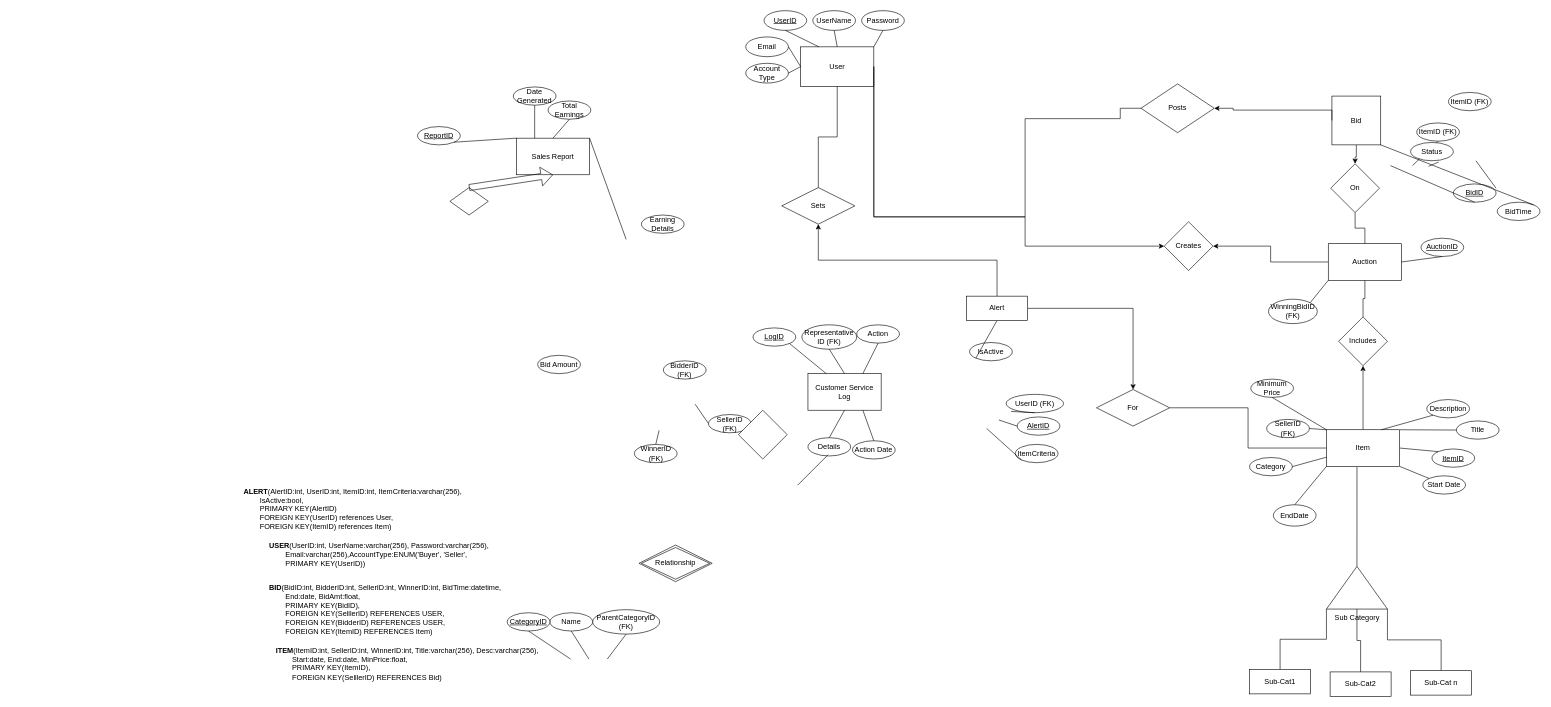
The draw.io diagram Project1ER.drawio in Swoopi/PrinInfo, before the edit. Source tidied: cells renumbered, new cells numbered last; positions are measured from the earlier drawing's top-left corner, leaving out a move shared by most shapes. Both pictures are drawn from the tidied source at 61%, with x=0, y=0 at pixel (242, 10).
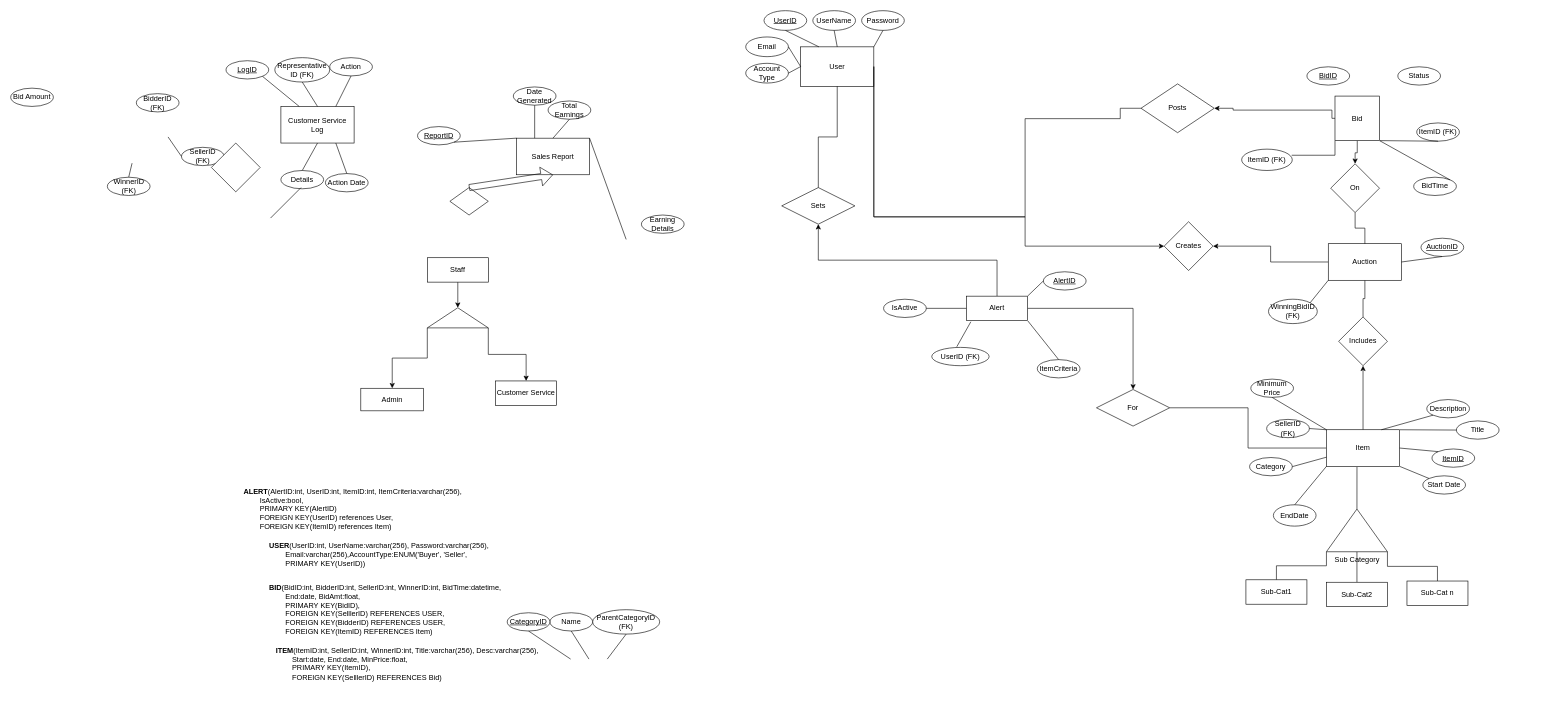
Above is the later version.

Commit message:
Update Entity Staff - ISA including Admin and Cus Service

Unchanged cells that the change refers to:
```xml
<mxCell id="14" value="ItemID (FK)" style="ellipse;whiteSpace=wrap;html=1;" parent="1" vertex="1">
  <mxGeometry x="1925" y="184" width="70" height="30" as="geometry" />
</mxCell>
<mxCell id="119" value="Alert" style="whiteSpace=wrap;html=1;align=center;" parent="1" vertex="1">
  <mxGeometry x="1187" y="468" width="100" height="40" as="geometry" />
</mxCell>
```

The edit, as a diff of the source:
```diff
@@
     <mxCell id="9" value="Customer Service Log" style="rounded=0;whiteSpace=wrap;html=1;" parent="1" vertex="1">
-      <mxGeometry x="927" y="595" width="120" height="60" as="geometry" />
+      <mxGeometry x="63" y="157" width="120" height="60" as="geometry" />
     </mxCell>
@@
     <mxCell id="12" value="&lt;u&gt;BidID&lt;/u&gt;" style="ellipse;whiteSpace=wrap;html=1;" parent="1" vertex="1">
-      <mxGeometry x="1985" y="284" width="70" height="30" as="geometry" />
+      <mxGeometry x="1745" y="92" width="70" height="30" as="geometry" />
     </mxCell>
@@
     <mxCell id="15" value="Bid Amount" style="ellipse;whiteSpace=wrap;html=1;" parent="1" vertex="1">
-      <mxGeometry x="484" y="565" width="70" height="30" as="geometry" />
+      <mxGeometry x="-380" y="127" width="70" height="30" as="geometry" />
     </mxCell>
     <mxCell id="16" value="BidderID (FK)" style="ellipse;whiteSpace=wrap;html=1;" parent="1" vertex="1">
-      <mxGeometry x="690" y="574" width="70" height="30" as="geometry" />
+      <mxGeometry x="-174" y="136" width="70" height="30" as="geometry" />
     </mxCell>
     <mxCell id="17" value="BidTime" style="ellipse;whiteSpace=wrap;html=1;" parent="1" vertex="1">
-      <mxGeometry x="2057" y="314" width="70" height="30" as="geometry" />
+      <mxGeometry x="1920" y="273" width="70" height="30" as="geometry" />
     </mxCell>
@@
     <mxCell id="31" value="WinnerID (FK)" style="ellipse;whiteSpace=wrap;html=1;" parent="1" vertex="1">
-      <mxGeometry x="642.5" y="711" width="70" height="30" as="geometry" />
+      <mxGeometry x="-221.5" y="273" width="70" height="30" as="geometry" />
     </mxCell>
@@
     <mxCell id="33" style="endArrow=none;html=1;rounded=0;entryX=0.5;entryY=0;entryDx=0;entryDy=0;" parent="1" edge="1" target="31">
       <mxGeometry relative="1" as="geometry">
-        <mxPoint x="683" y="688" as="sourcePoint" />
+        <mxPoint x="-181" y="250" as="sourcePoint" />
       </mxGeometry>
     </mxCell>
-    <mxCell id="34" style="endArrow=none;html=1;rounded=0;entryX=1;entryY=0.5;entryDx=0;entryDy=0;exitX=0;exitY=0.5;exitDx=0;exitDy=0;" parent="1" edge="1">
-      <mxGeometry relative="1" as="geometry">
-        <mxPoint x="2055" y="291" as="sourcePoint" />
-        <mxPoint x="2022" y="246" as="targetPoint" />
-      </mxGeometry>
-    </mxCell>
@@
-    <mxCell id="36" style="endArrow=none;html=1;rounded=0;entryX=0;entryY=0;entryDx=0;entryDy=0;exitX=0.5;exitY=1;exitDx=0;exitDy=0;" parent="1" edge="1" source="12">
-      <mxGeometry relative="1" as="geometry">
-        <mxPoint x="1882" y="254" as="targetPoint" />
-      </mxGeometry>
-    </mxCell>
-    <mxCell id="37" style="endArrow=none;html=1;rounded=0;entryX=0.5;entryY=0;entryDx=0;entryDy=0;exitX=0.5;exitY=1;exitDx=0;exitDy=0;" parent="1" edge="1" source="14">
-      <mxGeometry relative="1" as="geometry">
-        <mxPoint x="1918" y="254" as="targetPoint" />
-      </mxGeometry>
+    <mxCell id="37" style="endArrow=none;html=1;rounded=0;entryX=1;entryY=1;entryDx=0;entryDy=0;exitX=0.5;exitY=1;exitDx=0;exitDy=0;" parent="1" edge="1" source="14" target="109">
+      <mxGeometry relative="1" as="geometry" />
     </mxCell>
-    <mxCell id="38" style="endArrow=none;html=1;rounded=0;exitX=0;exitY=0.5;exitDx=0;exitDy=0;" parent="1" edge="1">
-      <mxGeometry relative="1" as="geometry">
-        <mxPoint x="1961" y="248" as="sourcePoint" />
-        <mxPoint x="1944.3" y="255.2" as="targetPoint" />
-      </mxGeometry>
-    </mxCell>
     <mxCell id="39" value="Status" style="ellipse;whiteSpace=wrap;html=1;" parent="1" vertex="1">
-      <mxGeometry x="1915" y="216" width="70" height="30" as="geometry" />
+      <mxGeometry x="1894" y="92" width="70" height="30" as="geometry" />
     </mxCell>
     <mxCell id="40" value="ItemID (FK)" style="ellipse;whiteSpace=wrap;html=1;" parent="1" vertex="1">
-      <mxGeometry x="1977" y="134" width="70" height="30" as="geometry" />
+      <mxGeometry x="1638" y="227" width="83" height="35" as="geometry" />
     </mxCell>
@@
     <mxCell id="42" value="IsActive" style="ellipse;whiteSpace=wrap;html=1;" parent="1" vertex="1">
-      <mxGeometry x="1192" y="544" width="70" height="30" as="geometry" />
+      <mxGeometry x="1051" y="473" width="70" height="30" as="geometry" />
     </mxCell>
     <mxCell id="43" value="ItemCriteria" style="ellipse;whiteSpace=wrap;html=1;" parent="1" vertex="1">
-      <mxGeometry x="1267" y="711" width="70" height="30" as="geometry" />
+      <mxGeometry x="1303" y="572" width="70" height="30" as="geometry" />
     </mxCell>
     <mxCell id="44" value="UserID (FK)" style="ellipse;whiteSpace=wrap;html=1;" parent="1" vertex="1">
-      <mxGeometry x="1252" y="629" width="94" height="30" as="geometry" />
+      <mxGeometry x="1130" y="552" width="94" height="30" as="geometry" />
     </mxCell>
     <mxCell id="45" value="&lt;u&gt;AlertID&lt;/u&gt;" style="ellipse;whiteSpace=wrap;html=1;" parent="1" vertex="1">
-      <mxGeometry x="1270" y="666" width="70" height="30" as="geometry" />
+      <mxGeometry x="1313" y="428" width="70" height="30" as="geometry" />
     </mxCell>
-    <mxCell id="46" style="endArrow=none;html=1;rounded=0;exitX=0;exitY=1;exitDx=0;exitDy=0;entryX=0.5;entryY=1;entryDx=0;entryDy=0;" parent="1" edge="1" source="42" target="119">
+    <mxCell id="46" style="endArrow=none;html=1;rounded=0;exitX=1;exitY=0.5;exitDx=0;exitDy=0;entryX=0;entryY=0.5;entryDx=0;entryDy=0;" parent="1" edge="1" source="42" target="119">
       <mxGeometry relative="1" as="geometry" />
     </mxCell>
-    <mxCell id="47" style="endArrow=none;html=1;rounded=0;entryX=1;entryY=1;entryDx=0;entryDy=0;exitX=0;exitY=0.5;exitDx=0;exitDy=0;" parent="1" edge="1" source="45">
-      <mxGeometry relative="1" as="geometry">
-        <mxPoint x="1240" y="671" as="targetPoint" />
-      </mxGeometry>
+    <mxCell id="47" style="endArrow=none;html=1;rounded=0;entryX=1;entryY=0;entryDx=0;entryDy=0;exitX=0;exitY=0.5;exitDx=0;exitDy=0;" parent="1" edge="1" source="45" target="119">
+      <mxGeometry relative="1" as="geometry" />
     </mxCell>
-    <mxCell id="48" style="endArrow=none;html=1;rounded=0;entryX=1;entryY=0.5;entryDx=0;entryDy=0;exitX=0.5;exitY=1;exitDx=0;exitDy=0;" parent="1" edge="1" source="44">
-      <mxGeometry relative="1" as="geometry">
-        <mxPoint x="1260" y="657" as="targetPoint" />
-      </mxGeometry>
+    <mxCell id="48" style="endArrow=none;html=1;rounded=0;entryX=0.07;entryY=1.05;entryDx=0;entryDy=0;exitX=0.436;exitY=-0.033;exitDx=0;exitDy=0;entryPerimeter=0;exitPerimeter=0;" parent="1" edge="1" source="44" target="119">
+      <mxGeometry relative="1" as="geometry" />
     </mxCell>
-    <mxCell id="49" style="endArrow=none;html=1;rounded=0;entryX=0.5;entryY=1;entryDx=0;entryDy=0;exitX=0;exitY=1;exitDx=0;exitDy=0;" parent="1" edge="1" source="43">
-      <mxGeometry relative="1" as="geometry">
-        <mxPoint x="1220" y="685" as="targetPoint" />
-      </mxGeometry>
+    <mxCell id="49" style="endArrow=none;html=1;rounded=0;entryX=1;entryY=1;entryDx=0;entryDy=0;exitX=0.5;exitY=0;exitDx=0;exitDy=0;" parent="1" edge="1" source="43" target="119">
+      <mxGeometry relative="1" as="geometry" />
     </mxCell>
@@
     <mxCell id="67" value="Action" style="ellipse;whiteSpace=wrap;html=1;" parent="1" vertex="1">
-      <mxGeometry x="1007" y="515" width="70" height="30" as="geometry" />
+      <mxGeometry x="143" y="77" width="70" height="30" as="geometry" />
     </mxCell>
     <mxCell id="68" value="Representative ID (FK)" style="ellipse;whiteSpace=wrap;html=1;" parent="1" vertex="1">
-      <mxGeometry x="917" y="515" width="90" height="40" as="geometry" />
+      <mxGeometry x="53" y="77" width="90" height="40" as="geometry" />
     </mxCell>
     <mxCell id="69" value="&lt;u&gt;LogID&lt;/u&gt;" style="ellipse;whiteSpace=wrap;html=1;" parent="1" vertex="1">
-      <mxGeometry x="837" y="520" width="70" height="30" as="geometry" />
+      <mxGeometry x="-27" y="82" width="70" height="30" as="geometry" />
     </mxCell>
     <mxCell id="70" value="Details" style="ellipse;whiteSpace=wrap;html=1;" parent="1" vertex="1">
-      <mxGeometry x="927" y="700" width="70" height="30" as="geometry" />
+      <mxGeometry x="63" y="262" width="70" height="30" as="geometry" />
     </mxCell>
     <mxCell id="71" value="Action Date" style="ellipse;whiteSpace=wrap;html=1;" parent="1" vertex="1">
-      <mxGeometry x="1000" y="705" width="70" height="30" as="geometry" />
+      <mxGeometry x="136" y="267" width="70" height="30" as="geometry" />
     </mxCell>
@@
     <mxCell id="92" value="SellerID (FK)" style="ellipse;whiteSpace=wrap;html=1;" parent="1" vertex="1">
-      <mxGeometry x="764" y="662" width="70" height="30" as="geometry" />
+      <mxGeometry x="-100" y="224" width="70" height="30" as="geometry" />
     </mxCell>
     <mxCell id="93" style="endArrow=none;html=1;rounded=0;exitX=0;exitY=0.5;exitDx=0;exitDy=0;" parent="1" edge="1" source="92">
       <mxGeometry relative="1" as="geometry">
-        <mxPoint x="742" y="645" as="targetPoint" />
+        <mxPoint x="-122" y="207" as="targetPoint" />
       </mxGeometry>
     </mxCell>
     <mxCell id="94" style="endArrow=none;html=1;rounded=0;" parent="1" edge="1">
       <mxGeometry relative="1" as="geometry">
-        <mxPoint x="910" y="778" as="sourcePoint" />
-        <mxPoint x="960" y="728" as="targetPoint" />
+        <mxPoint x="46" y="340" as="sourcePoint" />
+        <mxPoint x="96" y="290" as="targetPoint" />
       </mxGeometry>
     </mxCell>
@@
     <mxCell id="100" value="Sub Category" style="verticalLabelPosition=bottom;verticalAlign=top;html=1;shape=mxgraph.basic.acute_triangle;dx=0.5;" parent="1" vertex="1">
-      <mxGeometry x="1777" y="911" width="100" height="70" as="geometry" />
+      <mxGeometry x="1777" y="817" width="100" height="70" as="geometry" />
     </mxCell>
     <mxCell id="101" value="Sub-Cat1" style="whiteSpace=wrap;html=1;align=center;" parent="1" vertex="1">
-      <mxGeometry x="1651" y="1080" width="100" height="40" as="geometry" />
+      <mxGeometry x="1645" y="933" width="100" height="40" as="geometry" />
     </mxCell>
     <mxCell id="102" value="Sub-Cat2" style="whiteSpace=wrap;html=1;align=center;" parent="1" vertex="1">
-      <mxGeometry x="1783" y="1084" width="100" height="40" as="geometry" />
+      <mxGeometry x="1777" y="937" width="100" height="40" as="geometry" />
     </mxCell>
     <mxCell id="103" value="Sub-Cat n" style="whiteSpace=wrap;html=1;align=center;" parent="1" vertex="1">
-      <mxGeometry x="1915" y="1082" width="100" height="40" as="geometry" />
+      <mxGeometry x="1909" y="935" width="100" height="40" as="geometry" />
     </mxCell>
@@
     <mxCell id="105" style="rhombus;whiteSpace=wrap;html=1;" parent="1" vertex="1">
-      <mxGeometry x="813" y="655" width="80" height="80" as="geometry" />
+      <mxGeometry x="-51" y="217" width="80" height="80" as="geometry" />
     </mxCell>
@@
     <mxCell id="109" value="Bid" style="whiteSpace=wrap;html=1;" parent="1" vertex="1">
-      <mxGeometry x="1786" y="140" width="80" height="80" as="geometry" />
+      <mxGeometry x="1791" y="140" width="73" height="73" as="geometry" />
     </mxCell>
@@
-    <mxCell id="116" value="Relationship" style="shape=rhombus;double=1;perimeter=rhombusPerimeter;whiteSpace=wrap;html=1;align=center;" parent="1" vertex="1">
-      <mxGeometry x="650" y="876" width="120" height="60" as="geometry" />
-    </mxCell>
@@
+    <mxCell id="123" style="edgeStyle=orthogonalEdgeStyle;rounded=0;jettySize=auto;html=1;exitX=0;exitY=1;exitDx=0;exitDy=0;entryX=0.988;entryY=0.286;entryDx=0;entryDy=0;entryPerimeter=0;endArrow=none;endFill=0;" parent="1" edge="1" source="109" target="40">
+      <mxGeometry relative="1" as="geometry" />
+    </mxCell>
+    <mxCell id="124" style="edgeStyle=orthogonalEdgeStyle;rounded=0;jettySize=auto;html=1;" parent="1" edge="1" source="125" target="128">
+      <mxGeometry relative="1" as="geometry" />
+    </mxCell>
+    <mxCell id="125" value="Staff" style="whiteSpace=wrap;html=1;align=center;" parent="1" vertex="1">
+      <mxGeometry x="303" y="405" width="100" height="40" as="geometry" />
+    </mxCell>
+    <mxCell id="126" style="edgeStyle=orthogonalEdgeStyle;rounded=0;jettySize=auto;html=1;exitX=0;exitY=1;exitDx=0;exitDy=0;exitPerimeter=0;" parent="1" edge="1" source="128" target="129">
+      <mxGeometry relative="1" as="geometry" />
+    </mxCell>
+    <mxCell id="127" style="edgeStyle=orthogonalEdgeStyle;rounded=0;jettySize=auto;html=1;exitX=1;exitY=1;exitDx=0;exitDy=0;exitPerimeter=0;" parent="1" edge="1" source="128" target="130">
+      <mxGeometry relative="1" as="geometry" />
+    </mxCell>
+    <mxCell id="128" style="verticalLabelPosition=bottom;verticalAlign=top;html=1;shape=mxgraph.basic.acute_triangle;dx=0.5;" parent="1" vertex="1">
+      <mxGeometry x="303" y="487" width="100" height="33" as="geometry" />
+    </mxCell>
+    <mxCell id="129" value="Admin" style="whiteSpace=wrap;html=1;align=center;" parent="1" vertex="1">
+      <mxGeometry x="194" y="619" width="103" height="37" as="geometry" />
+    </mxCell>
+    <mxCell id="130" value="Customer Service" style="whiteSpace=wrap;html=1;align=center;" parent="1" vertex="1">
+      <mxGeometry x="415" y="607" width="100" height="40" as="geometry" />
+    </mxCell>
```
